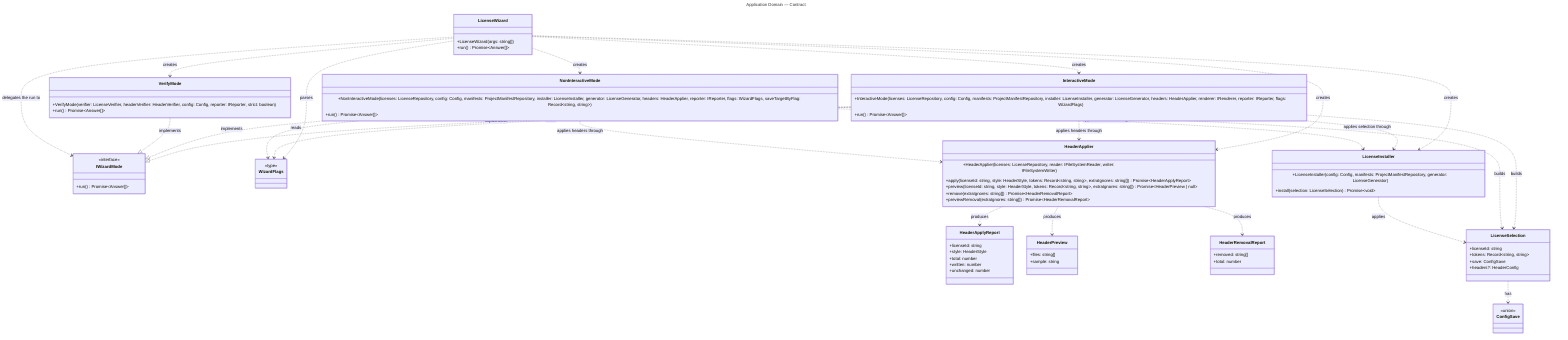
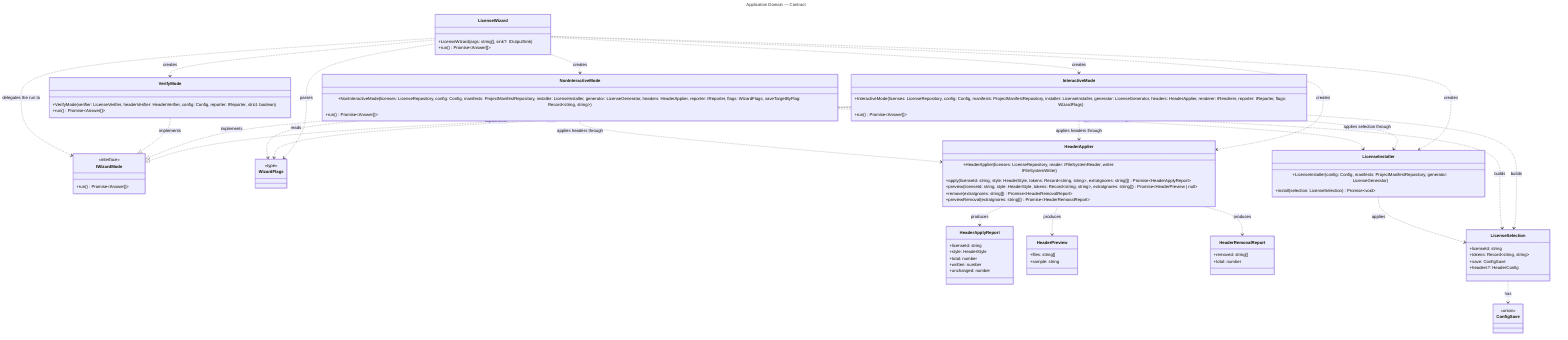
---
title: Application Domain — Contract
---
classDiagram
  direction TB

  %% Domain: Application (src root + src/modes)
  %% Focused per-domain view extracted from ../class-diagram.mmd.
  %% Shows ONLY Application-domain classes and their intra-domain relationships.
  %% Cross-domain relationships (to CLI, Licensing, Configuration, Headers, Verify)
  %% are intentionally omitted — see ../class-diagram.mmd for the full picture.
  %%
  %% LicenseWizard is the bootstrap / composition root and the mode router: it
  %% wires the shared graph together and delegates each run to one of the three
  %% modes through the IWizardMode contract. Most of its (and the modes')
  %% relationships point outward into other domains and so do not appear here.

  class LicenseWizard {
-     +LicenseWizard(args: string[])
+     +LicenseWizard(args: string[], sink?: IOutputSink)
    +run() Promise~Answer[]~
  }

  class IWizardMode {
    <<interface>>
    +run() Promise~Answer[]~
  }

  class InteractiveMode {
    +InteractiveMode(licenses: LicenseRepository, config: Config, manifests: ProjectManifestRepository, installer: LicenseInstaller, generator: LicenseGenerator, headers: HeaderApplier, renderer: IRenderer, reporter: IReporter, flags: WizardFlags)
    +run() Promise~Answer[]~
  }

  class NonInteractiveMode {
    +NonInteractiveMode(licenses: LicenseRepository, config: Config, manifests: ProjectManifestRepository, installer: LicenseInstaller, generator: LicenseGenerator, headers: HeaderApplier, reporter: IReporter, flags: WizardFlags, saveTargetByFlag: Record~string, string~)
    +run() Promise~Answer[]~
  }

  class VerifyMode {
    +VerifyMode(verifier: LicenseVerifier, headerVerifier: HeaderVerifier, config: Config, reporter: IReporter, strict: boolean)
    +run() Promise~Answer[]~
  }

  class WizardFlags {
    <<type>>
  }

  class LicenseInstaller {
    +LicenseInstaller(config: Config, manifests: ProjectManifestRepository, generator: LicenseGenerator)
    +install(selection: LicenseSelection) Promise~void~
  }

  class HeaderApplier {
    +HeaderApplier(licenses: LicenseRepository, reader: IFileSystemReader, writer: IFileSystemWriter)
    +apply(licenseId: string, style: HeaderStyle, tokens: Record~string, string~, extraIgnores: string[]) Promise~HeaderApplyReport~
    +preview(licenseId: string, style: HeaderStyle, tokens: Record~string, string~, extraIgnores: string[]) Promise~HeaderPreview | null~
    +remove(extraIgnores: string[]) Promise~HeaderRemovalReport~
    +previewRemoval(extraIgnores: string[]) Promise~HeaderRemovalReport~
  }

  class HeaderApplyReport {
    +licenseId: string
    +style: HeaderStyle
    +total: number
    +written: number
    +unchanged: number
  }

  class HeaderPreview {
    +files: string[]
    +sample: string
  }

  class HeaderRemovalReport {
    +removed: string[]
    +total: number
  }

  class LicenseSelection {
    +licenseId: string
    +tokens: Record~string, string~
    +save: ConfigSave
    +headers?: HeaderConfig
  }

  class ConfigSave {
    <<union>>
  }

  InteractiveMode ..|> IWizardMode : implements
  NonInteractiveMode ..|> IWizardMode : implements
  VerifyMode ..|> IWizardMode : implements

  LicenseWizard ..> IWizardMode : delegates the run to
  LicenseWizard ..> InteractiveMode : creates
  LicenseWizard ..> NonInteractiveMode : creates
  LicenseWizard ..> VerifyMode : creates
  LicenseWizard ..> LicenseInstaller : creates
  LicenseWizard ..> HeaderApplier : creates
  LicenseWizard ..> WizardFlags : parses

  InteractiveMode ..> LicenseInstaller : applies selection through
  NonInteractiveMode ..> LicenseInstaller : applies selection through
  InteractiveMode ..> HeaderApplier : applies headers through
  NonInteractiveMode ..> HeaderApplier : applies headers through
  InteractiveMode ..> LicenseSelection : builds
  NonInteractiveMode ..> LicenseSelection : builds
  InteractiveMode ..> WizardFlags : reads
  NonInteractiveMode ..> WizardFlags : reads

  LicenseInstaller ..> LicenseSelection : applies
  LicenseSelection ..> ConfigSave : has
  HeaderApplier ..> HeaderApplyReport : produces
  HeaderApplier ..> HeaderPreview : produces
  HeaderApplier ..> HeaderRemovalReport : produces
